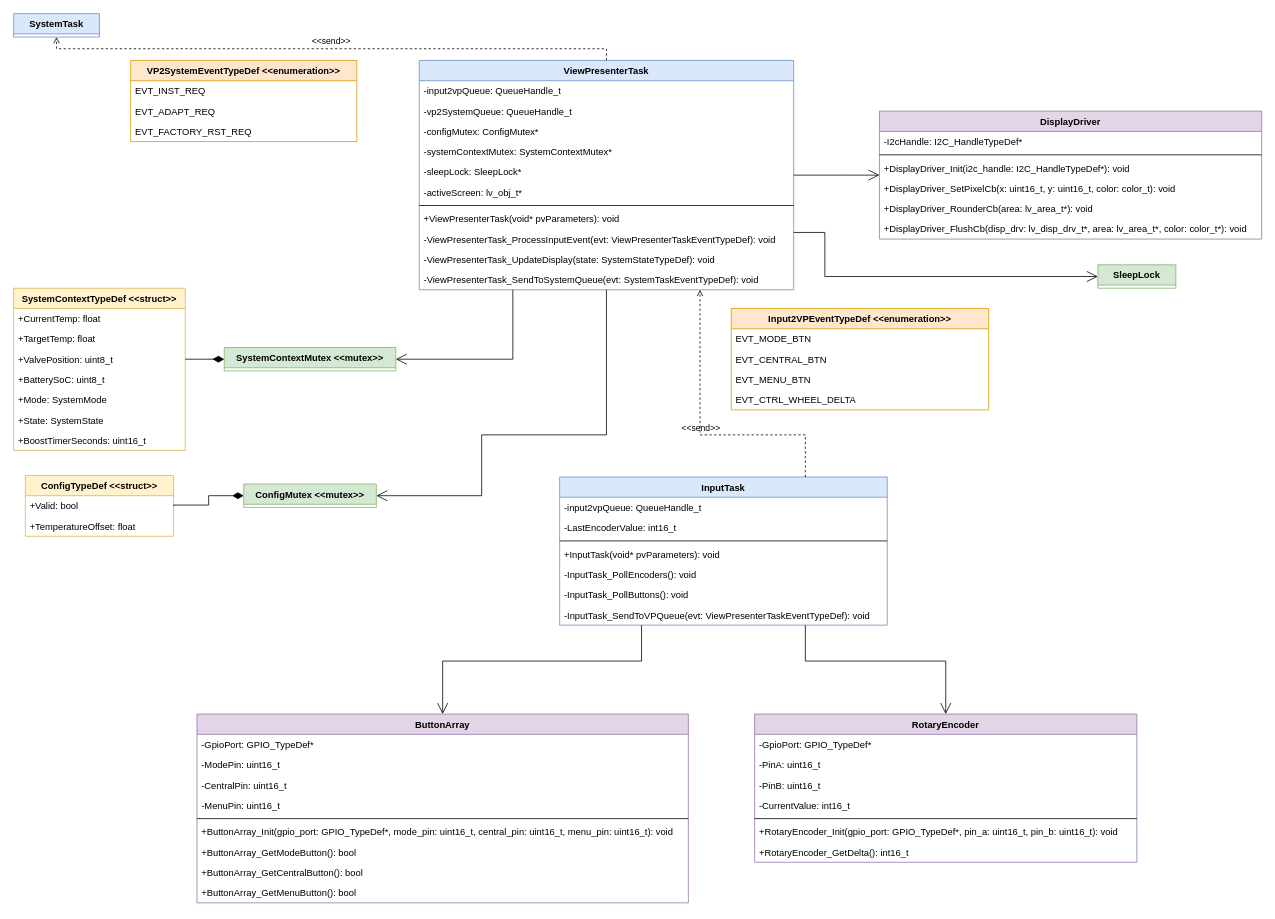
The draw.io diagram page "ui" (5 of 6) of software/diagrams/mt-rt-sw-design.drawio in MiraTherm/miratherm-radiator-thermostat-documentation, before the edit. Source tidied: cells renumbered, new cells numbered last; positions are measured from the earlier drawing's top-left corner, leaving out a move shared by most shapes. Both pictures are drawn from the tidied source at 78%, with x=0, y=0 at pixel (13, 13).
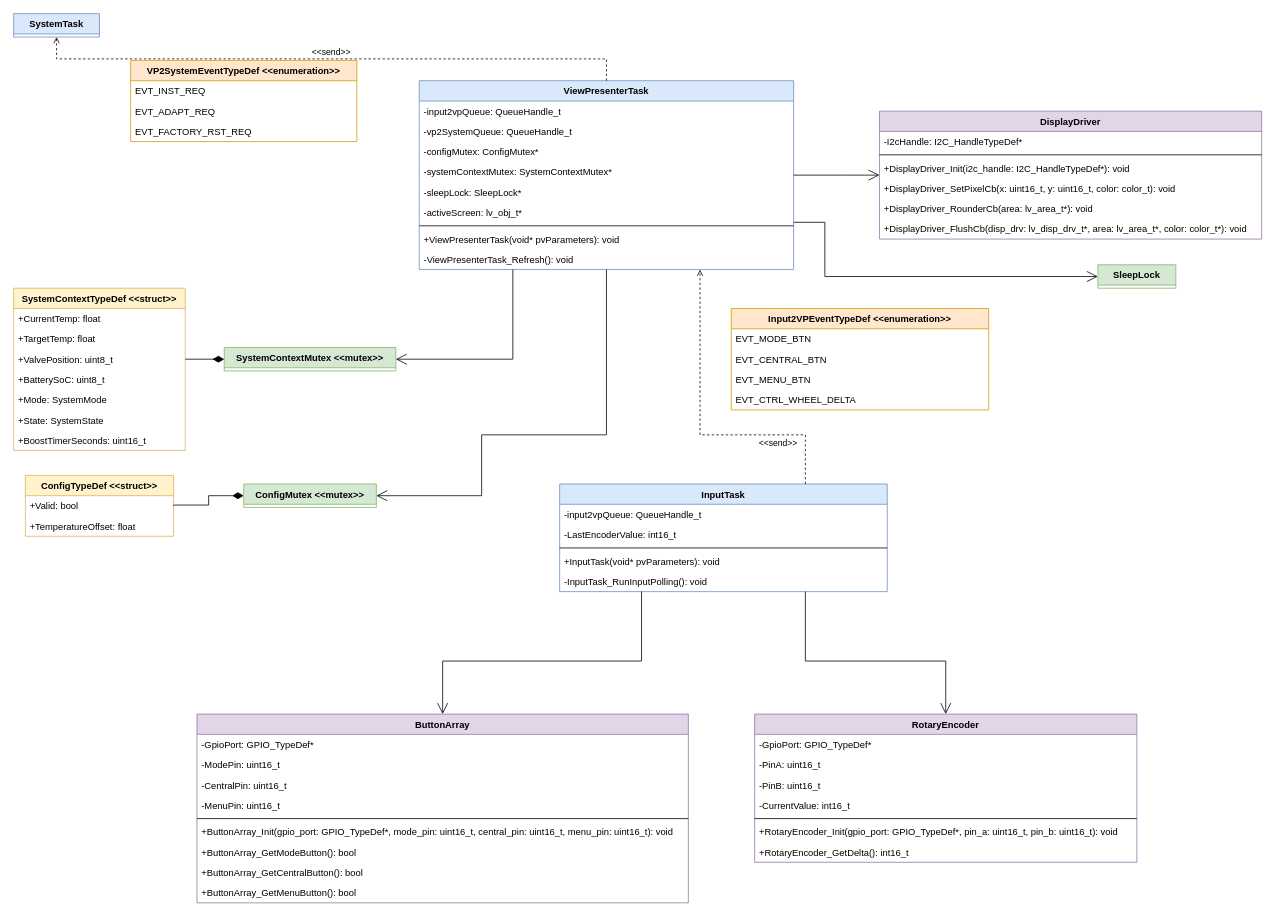
After the change.

Unchanged cells that the change refers to:
```xml
<mxCell id="15" value="SleepLock" style="swimlane;fontStyle=1;horizontal=1;startSize=26;fillColor=#d5e8d4;strokeColor=#82b366;" parent="1" vertex="1" collapsed="1">
  <mxGeometry x="1390" y="322" width="100" height="30" as="geometry" />
</mxCell>
```

What changed in the source:
```diff
@@
     <mxCell id="16" value="InputTask" style="swimlane;fontStyle=1;horizontal=1;startSize=26;fillColor=#dae8fc;strokeColor=#6c8ebf;" parent="1" vertex="1">
-      <mxGeometry x="700" y="594" width="420" height="190" as="geometry" />
+      <mxGeometry x="700" y="603" width="420" height="138" as="geometry" />
     </mxCell>
@@
-    <mxCell id="21" value="-InputTask_PollEncoders(): void" style="text;strokeColor=none;fillColor=none;align=left;verticalAlign=top;spacingLeft=4;spacingRight=4;overflow=hidden;" parent="16" vertex="1">
-      <mxGeometry y="112" width="420" height="26" as="geometry" />
-    </mxCell>
-    <mxCell id="22" value="-InputTask_PollButtons(): void" style="text;strokeColor=none;fillColor=none;align=left;verticalAlign=top;spacingLeft=4;spacingRight=4;overflow=hidden;" parent="16" vertex="1">
-      <mxGeometry y="138" width="420" height="26" as="geometry" />
+    <mxCell id="22" value="-InputTask_RunInputPolling(): void" style="text;strokeColor=none;fillColor=none;align=left;verticalAlign=top;spacingLeft=4;spacingRight=4;overflow=hidden;" parent="16" vertex="1">
+      <mxGeometry y="112" width="420" height="26" as="geometry" />
     </mxCell>
-    <mxCell id="23" value="-InputTask_SendToVPQueue(evt: ViewPresenterTaskEventTypeDef): void" style="text;strokeColor=none;fillColor=none;align=left;verticalAlign=top;spacingLeft=4;spacingRight=4;overflow=hidden;" parent="16" vertex="1">
-      <mxGeometry y="164" width="420" height="26" as="geometry" />
-    </mxCell>
@@
     <mxCell id="49" value="ViewPresenterTask" style="swimlane;fontStyle=1;horizontal=1;startSize=26;fillColor=#dae8fc;strokeColor=#6c8ebf;" parent="1" vertex="1">
-      <mxGeometry x="520" y="60" width="480" height="294" as="geometry" />
+      <mxGeometry x="520" y="86" width="480" height="242" as="geometry" />
     </mxCell>
@@
-    <mxCell id="58" value="-ViewPresenterTask_ProcessInputEvent(evt: ViewPresenterTaskEventTypeDef): void" style="text;strokeColor=none;fillColor=none;align=left;verticalAlign=top;spacingLeft=4;spacingRight=4;overflow=hidden;" parent="49" vertex="1">
-      <mxGeometry y="216" width="480" height="26" as="geometry" />
-    </mxCell>
-    <mxCell id="59" value="-ViewPresenterTask_UpdateDisplay(state: SystemStateTypeDef): void" style="text;strokeColor=none;fillColor=none;align=left;verticalAlign=top;spacingLeft=4;spacingRight=4;overflow=hidden;" parent="49" vertex="1">
-      <mxGeometry y="242" width="480" height="26" as="geometry" />
+    <mxCell id="59" value="-ViewPresenterTask_Refresh(): void" style="text;strokeColor=none;fillColor=none;align=left;verticalAlign=top;spacingLeft=4;spacingRight=4;overflow=hidden;" parent="49" vertex="1">
+      <mxGeometry y="216" width="480" height="26" as="geometry" />
     </mxCell>
-    <mxCell id="60" value="-ViewPresenterTask_SendToSystemQueue(evt: SystemTaskEventTypeDef): void" style="text;strokeColor=none;fillColor=none;align=left;verticalAlign=top;spacingLeft=4;spacingRight=4;overflow=hidden;" parent="49" vertex="1">
-      <mxGeometry y="268" width="480" height="26" as="geometry" />
-    </mxCell>
@@
     <mxCell id="77" value="&amp;lt;&amp;lt;send&amp;gt;&amp;gt;" style="endArrow=open;html=1;rounded=0;align=center;verticalAlign=bottom;dashed=1;endFill=0;labelBackgroundColor=none;exitX=0.75;exitY=0;exitDx=0;exitDy=0;edgeStyle=orthogonalEdgeStyle;entryX=0.75;entryY=1;entryDx=0;entryDy=0;" parent="1" edge="1" source="16" target="49">
-      <mxGeometry relative="1" as="geometry">
+      <mxGeometry x="-0.52" y="20" relative="1" as="geometry">
         <Array as="points">
           <mxPoint x="1015" y="540" />
           <mxPoint x="880" y="540" />
         </Array>
       </mxGeometry>
     </mxCell>
@@
     <mxCell id="82" style="endArrow=open;endFill=1;endSize=12;html=1;rounded=0;edgeStyle=orthogonalEdgeStyle;exitX=1;exitY=0.75;exitDx=0;exitDy=0;entryX=0;entryY=0.5;entryDx=0;entryDy=0;" parent="1" edge="1" source="49" target="15">
       <mxGeometry relative="1" as="geometry">
         <Array as="points">
-          <mxPoint x="1040" y="281" />
+          <mxPoint x="1040" y="268" />
           <mxPoint x="1040" y="337" />
         </Array>
       </mxGeometry>
     </mxCell>
```
